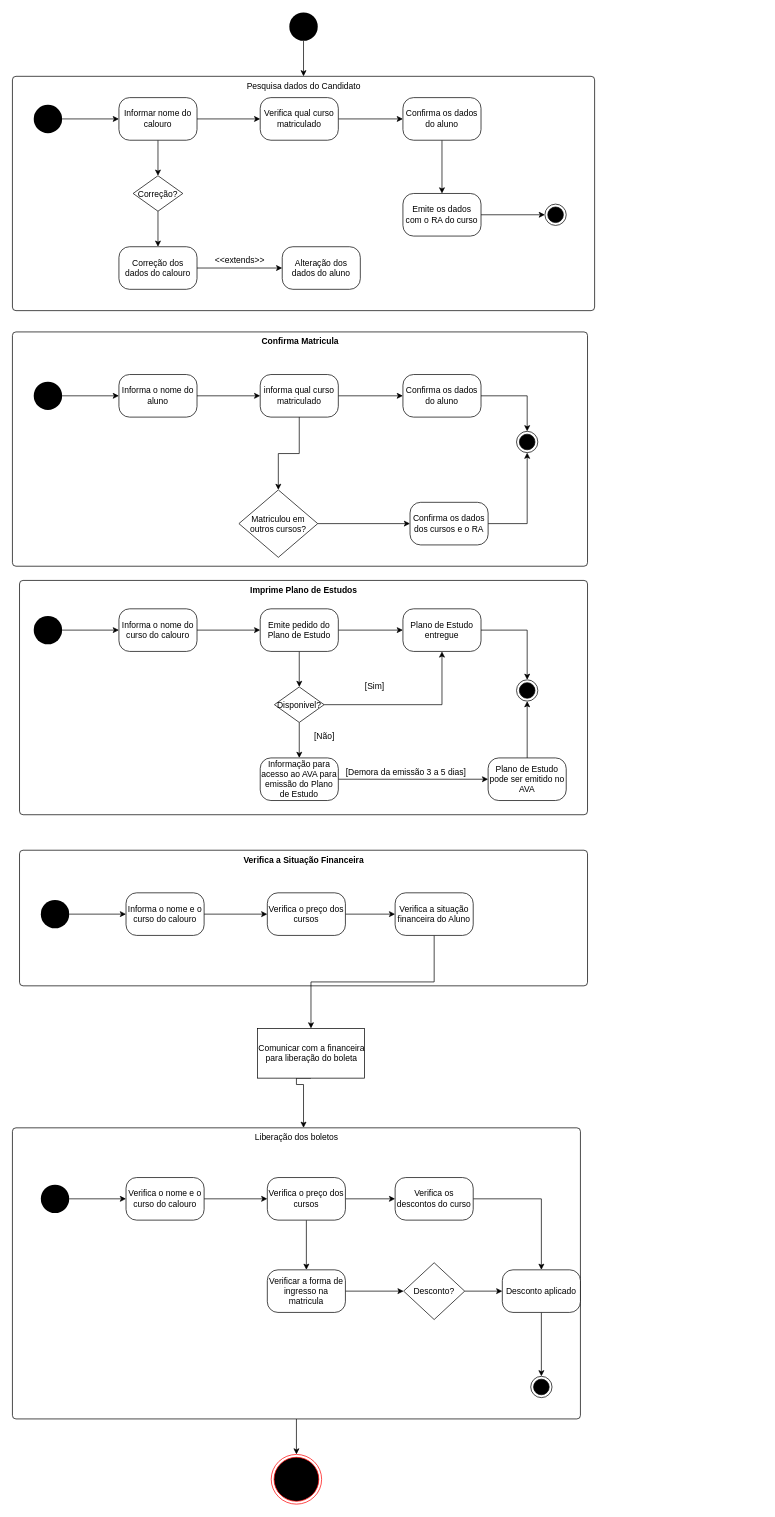
Above: Analise de Sistemas/Diagrama matricula de Calouros.drawio in owlprog-glitch/spiritpro (draw.io), before the change. Source tidied: cells renumbered, new cells numbered last; positions are measured from the earlier drawing's top-left corner, leaving out a move shared by most shapes. Both pictures are drawn from the tidied source at 71%, with x=0, y=0 at pixel (12, 12).
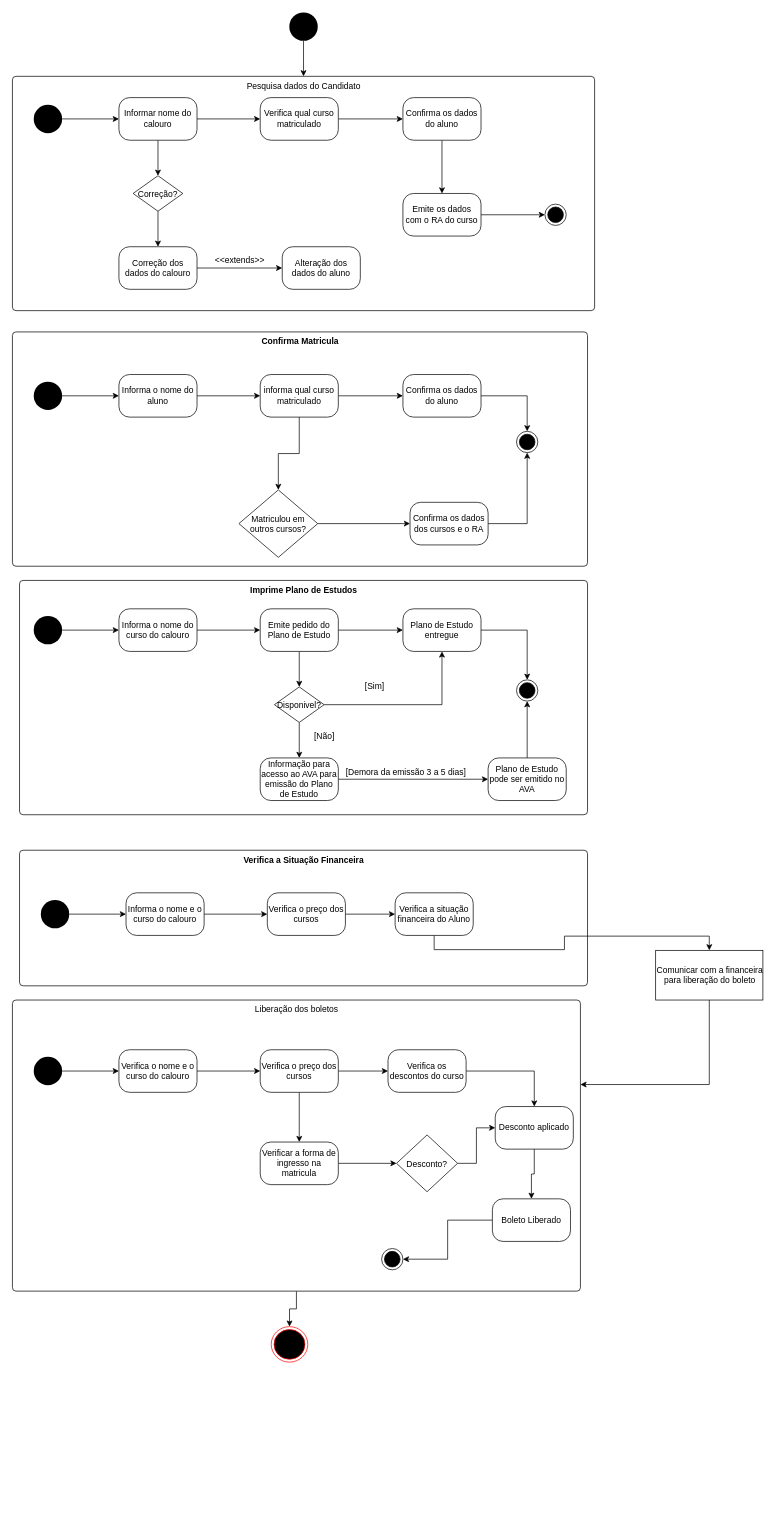
The same diagram, later.

Diff of the diagram source:
```diff
@@
     <mxCell id="70" value="Liberação dos boletos" style="html=1;align=center;verticalAlign=top;rounded=1;absoluteArcSize=1;arcSize=10;dashed=0;" parent="1" vertex="1">
-      <mxGeometry y="1571" width="800" height="410" as="geometry" />
+      <mxGeometry y="1391" width="800" height="410" as="geometry" />
     </mxCell>
@@
     <mxCell id="72" style="ellipse;fillColor=#000000;strokeColor=none;" parent="1" vertex="1">
-      <mxGeometry x="40" y="1651" width="40" height="40" as="geometry" />
+      <mxGeometry x="30" y="1471" width="40" height="40" as="geometry" />
     </mxCell>
@@
     <mxCell id="74" value="Verifica o nome e o curso do calouro" style="rounded=1;whiteSpace=wrap;html=1;arcSize=25;" parent="1" vertex="1">
-      <mxGeometry x="160" y="1641" width="110" height="60" as="geometry" />
+      <mxGeometry x="150" y="1461" width="110" height="60" as="geometry" />
     </mxCell>
@@
     <mxCell id="77" value="Verifica o preço dos cursos" style="rounded=1;whiteSpace=wrap;html=1;arcSize=25;" parent="1" vertex="1">
-      <mxGeometry x="359" y="1641" width="110" height="60" as="geometry" />
+      <mxGeometry x="349" y="1461" width="110" height="60" as="geometry" />
     </mxCell>
@@
     <mxCell id="79" value="Verifica os descontos do curso" style="rounded=1;whiteSpace=wrap;html=1;arcSize=25;" parent="1" vertex="1">
-      <mxGeometry x="539" y="1641" width="110" height="60" as="geometry" />
+      <mxGeometry x="529" y="1461" width="110" height="60" as="geometry" />
     </mxCell>
-    <mxCell id="80" value="&lt;div&gt;Comunicar com a financeira&lt;/div&gt;&lt;div&gt; para liberação do boleta&lt;/div&gt;" style="html=1;" parent="1" vertex="1">
-      <mxGeometry x="345" y="1431" width="151" height="70" as="geometry" />
+    <mxCell id="80" value="&lt;div&gt;Comunicar com a financeira&lt;/div&gt;&lt;div&gt; para liberação do boleto&lt;/div&gt;" style="html=1;" parent="1" vertex="1">
+      <mxGeometry x="906" y="1321" width="151" height="70" as="geometry" />
     </mxCell>
@@
     <mxCell id="82" value="Verificar a forma de ingresso na matricula" style="rounded=1;whiteSpace=wrap;html=1;arcSize=25;" parent="1" vertex="1">
-      <mxGeometry x="359" y="1771" width="110" height="60" as="geometry" />
+      <mxGeometry x="349" y="1591" width="110" height="60" as="geometry" />
     </mxCell>
     <mxCell id="83" style="ellipse;html=1;shape=endState;fillColor=#000000;strokeColor=#ff0000;" parent="1" vertex="1">
-      <mxGeometry x="364.5" y="2031" width="71" height="70" as="geometry" />
+      <mxGeometry x="364.5" y="1851" width="51.5" height="50" as="geometry" />
     </mxCell>
-    <mxCell id="84" style="edgeStyle=orthogonalEdgeStyle;rounded=0;jettySize=auto;html=1;" parent="1" edge="1" source="85" target="88">
-      <mxGeometry relative="1" as="geometry" />
-    </mxCell>
     <mxCell id="85" value="Desconto aplicado" style="rounded=1;whiteSpace=wrap;html=1;arcSize=25;" parent="1" vertex="1">
-      <mxGeometry x="690" y="1771" width="110" height="60" as="geometry" />
+      <mxGeometry x="680" y="1541" width="110" height="60" as="geometry" />
     </mxCell>
@@
     <mxCell id="87" value="Desconto?" style="rhombus;" parent="1" vertex="1">
-      <mxGeometry x="551" y="1761" width="86" height="80" as="geometry" />
+      <mxGeometry x="541" y="1581" width="86" height="80" as="geometry" />
     </mxCell>
     <mxCell id="88" style="ellipse;html=1;shape=endState;fillColor=#000000;strokeColor=#000000;" parent="1" vertex="1">
-      <mxGeometry x="730" y="1921" width="30" height="30" as="geometry" />
+      <mxGeometry x="520" y="1741" width="30" height="30" as="geometry" />
     </mxCell>
+    <mxCell id="89" style="edgeStyle=orthogonalEdgeStyle;rounded=0;jettySize=auto;html=1;entryX=1;entryY=0.5;entryDx=0;entryDy=0;" parent="1" edge="1" source="90" target="88">
+      <mxGeometry relative="1" as="geometry" />
+    </mxCell>
+    <mxCell id="90" value="Boleto Liberado" style="rounded=1;whiteSpace=wrap;html=1;arcSize=25;" parent="1" vertex="1">
+      <mxGeometry x="676" y="1671" width="110" height="60" as="geometry" />
+    </mxCell>
+    <mxCell id="91" style="edgeStyle=orthogonalEdgeStyle;rounded=0;jettySize=auto;html=1;" parent="1" edge="1" source="85" target="90">
+      <mxGeometry relative="1" as="geometry" />
+    </mxCell>
```
